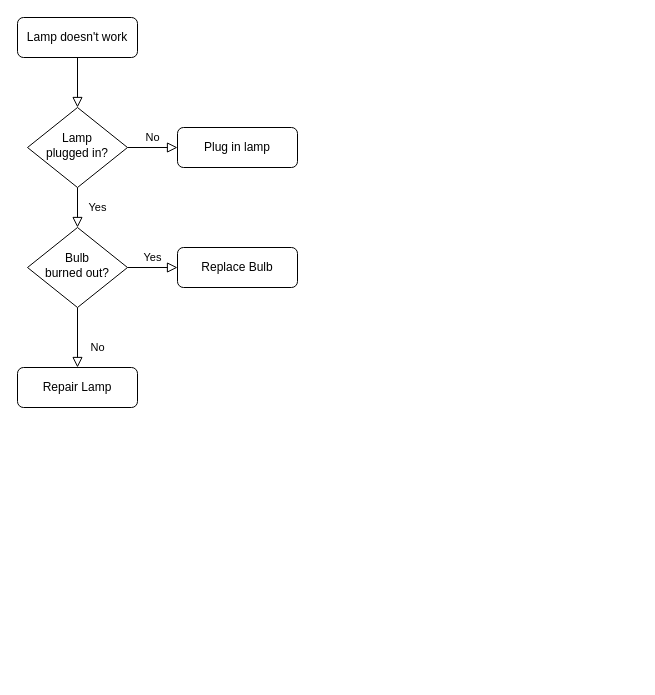
Earlier version of the draw.io diagram fibonacciFunction.drawio (HaveringChinese/HyperSkill_Python). Source tidied: cells renumbered, new cells numbered last; positions are measured from the earlier drawing's top-left corner, leaving out a move shared by most shapes. Both pictures are drawn from the tidied source at 100%, with x=0, y=0 at pixel (17, 17).
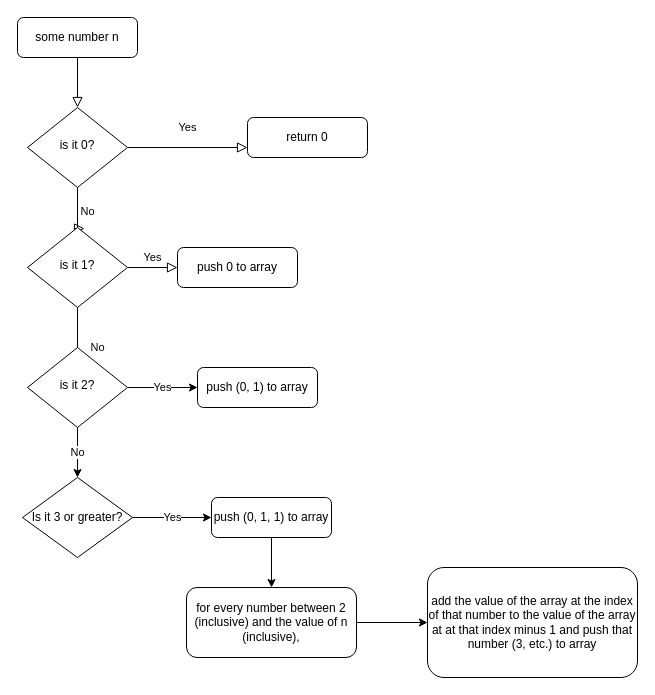
The same diagram, later.

Change to the diagram source:
```diff
@@
-    <mxCell id="3" value="Lamp doesn't work" style="rounded=1;whiteSpace=wrap;html=1;fontSize=12;glass=0;strokeWidth=1;shadow=0;" parent="1" vertex="1">
+    <mxCell id="3" value="some number n" style="rounded=1;whiteSpace=wrap;html=1;fontSize=12;glass=0;strokeWidth=1;shadow=0;" parent="1" vertex="1">
       <mxGeometry width="120" height="40" as="geometry" />
     </mxCell>
-    <mxCell id="4" value="Yes" style="rounded=0;html=1;jettySize=auto;fontSize=11;endArrow=block;endFill=0;endSize=8;strokeWidth=1;shadow=0;labelBackgroundColor=none;edgeStyle=orthogonalEdgeStyle;" parent="1" edge="1" source="6" target="10">
+    <mxCell id="4" value="Yes" style="rounded=0;html=1;jettySize=auto;fontSize=11;endArrow=block;endFill=0;endSize=8;strokeWidth=1;shadow=0;labelBackgroundColor=none;edgeStyle=orthogonalEdgeStyle;entryX=0;entryY=0.75;entryDx=0;entryDy=0;" parent="1" edge="1" source="6" target="7">
       <mxGeometry y="20" relative="1" as="geometry" />
     </mxCell>
-    <mxCell id="5" value="No" style="edgeStyle=orthogonalEdgeStyle;rounded=0;html=1;jettySize=auto;fontSize=11;endArrow=block;endFill=0;endSize=8;strokeWidth=1;shadow=0;labelBackgroundColor=none;" parent="1" edge="1" source="6" target="7">
-      <mxGeometry y="10" relative="1" as="geometry" />
+    <mxCell id="5" value="No" style="edgeStyle=orthogonalEdgeStyle;rounded=0;html=1;jettySize=auto;fontSize=11;endArrow=block;endFill=0;endSize=8;strokeWidth=1;shadow=0;labelBackgroundColor=none;entryX=0.57;entryY=0.013;entryDx=0;entryDy=0;entryPerimeter=0;" parent="1" edge="1" source="6" target="10">
+      <mxGeometry y="10" relative="1" as="geometry">
+        <Array as="points">
+          <mxPoint x="60" y="211" />
+        </Array>
+      </mxGeometry>
     </mxCell>
-    <mxCell id="6" value="Lamp&lt;br&gt;plugged in?" style="rhombus;whiteSpace=wrap;html=1;shadow=0;fontFamily=Helvetica;fontSize=12;align=center;strokeWidth=1;spacing=6;spacingTop=-4;" parent="1" vertex="1">
+    <mxCell id="6" value="is it 0?" style="rhombus;whiteSpace=wrap;html=1;shadow=0;fontFamily=Helvetica;fontSize=12;align=center;strokeWidth=1;spacing=6;spacingTop=-4;" parent="1" vertex="1">
       <mxGeometry x="10" y="90" width="100" height="80" as="geometry" />
     </mxCell>
-    <mxCell id="7" value="Plug in lamp" style="rounded=1;whiteSpace=wrap;html=1;fontSize=12;glass=0;strokeWidth=1;shadow=0;" parent="1" vertex="1">
-      <mxGeometry x="160" y="110" width="120" height="40" as="geometry" />
+    <mxCell id="7" value="return 0" style="rounded=1;whiteSpace=wrap;html=1;fontSize=12;glass=0;strokeWidth=1;shadow=0;" parent="1" vertex="1">
+      <mxGeometry x="230" y="100" width="120" height="40" as="geometry" />
     </mxCell>
-    <mxCell id="8" value="No" style="rounded=0;html=1;jettySize=auto;fontSize=11;endArrow=block;endFill=0;endSize=8;strokeWidth=1;shadow=0;labelBackgroundColor=none;edgeStyle=orthogonalEdgeStyle;" parent="1" edge="1" source="10" target="11">
-      <mxGeometry x="0.33" y="20" relative="1" as="geometry" />
+    <mxCell id="8" value="No" style="rounded=0;html=1;jettySize=auto;fontSize=11;endArrow=block;endFill=0;endSize=8;strokeWidth=1;shadow=0;labelBackgroundColor=none;edgeStyle=orthogonalEdgeStyle;entryX=0.5;entryY=0;entryDx=0;entryDy=0;" parent="1" edge="1" source="10" target="15">
+      <mxGeometry x="0.33" y="20" relative="1" as="geometry">
+        <Array as="points">
+          <mxPoint x="60" y="340" />
+          <mxPoint x="60" y="340" />
+        </Array>
+      </mxGeometry>
     </mxCell>
@@
-    <mxCell id="10" value="Bulb&lt;br&gt;burned out?" style="rhombus;whiteSpace=wrap;html=1;shadow=0;fontFamily=Helvetica;fontSize=12;align=center;strokeWidth=1;spacing=6;spacingTop=-4;" parent="1" vertex="1">
+    <mxCell id="10" value="is it 1?" style="rhombus;whiteSpace=wrap;html=1;shadow=0;fontFamily=Helvetica;fontSize=12;align=center;strokeWidth=1;spacing=6;spacingTop=-4;" parent="1" vertex="1">
       <mxGeometry x="10" y="210" width="100" height="80" as="geometry" />
     </mxCell>
-    <mxCell id="11" value="Repair Lamp" style="rounded=1;whiteSpace=wrap;html=1;fontSize=12;glass=0;strokeWidth=1;shadow=0;" parent="1" vertex="1">
-      <mxGeometry y="350" width="120" height="40" as="geometry" />
+    <mxCell id="11" value="push (0, 1) to array" style="rounded=1;whiteSpace=wrap;html=1;fontSize=12;glass=0;strokeWidth=1;shadow=0;" parent="1" vertex="1">
+      <mxGeometry x="180" y="350" width="120" height="40" as="geometry" />
     </mxCell>
-    <mxCell id="12" value="Replace Bulb" style="rounded=1;whiteSpace=wrap;html=1;fontSize=12;glass=0;strokeWidth=1;shadow=0;" parent="1" vertex="1">
+    <mxCell id="12" value="push 0 to array" style="rounded=1;whiteSpace=wrap;html=1;fontSize=12;glass=0;strokeWidth=1;shadow=0;" parent="1" vertex="1">
       <mxGeometry x="160" y="230" width="120" height="40" as="geometry" />
     </mxCell>
+    <mxCell id="13" value="Yes" style="edgeStyle=orthogonalEdgeStyle;rounded=0;jettySize=auto;html=1;entryX=0;entryY=0.5;entryDx=0;entryDy=0;" parent="1" edge="1" source="15" target="11">
+      <mxGeometry relative="1" as="geometry" />
+    </mxCell>
+    <mxCell id="14" value="No" style="edgeStyle=orthogonalEdgeStyle;rounded=0;jettySize=auto;html=1;entryX=0.5;entryY=0;entryDx=0;entryDy=0;" parent="1" edge="1" source="15" target="17">
+      <mxGeometry relative="1" as="geometry" />
+    </mxCell>
+    <mxCell id="15" value="is it 2?" style="rhombus;whiteSpace=wrap;html=1;shadow=0;fontFamily=Helvetica;fontSize=12;align=center;strokeWidth=1;spacing=6;spacingTop=-4;" parent="1" vertex="1">
+      <mxGeometry x="10" y="330" width="100" height="80" as="geometry" />
+    </mxCell>
+    <mxCell id="16" value="Yes" style="edgeStyle=orthogonalEdgeStyle;rounded=0;jettySize=auto;html=1;entryX=0;entryY=0.5;entryDx=0;entryDy=0;" parent="1" edge="1" source="17" target="18">
+      <mxGeometry relative="1" as="geometry" />
+    </mxCell>
+    <mxCell id="17" value="Is it 3 or greater?" style="rhombus;whiteSpace=wrap;html=1;" parent="1" vertex="1">
+      <mxGeometry x="5" y="460" width="110" height="80" as="geometry" />
+    </mxCell>
+    <mxCell id="18" value="push (0, 1, 1) to array" style="rounded=1;whiteSpace=wrap;html=1;fontSize=12;glass=0;strokeWidth=1;shadow=0;" parent="1" vertex="1">
+      <mxGeometry x="194" y="480" width="120" height="40" as="geometry" />
+    </mxCell>
+    <mxCell id="19" style="edgeStyle=orthogonalEdgeStyle;rounded=0;jettySize=auto;html=1;entryX=0.5;entryY=0;entryDx=0;entryDy=0;exitX=0.5;exitY=1;exitDx=0;exitDy=0;" parent="1" edge="1" source="18" target="21">
+      <mxGeometry relative="1" as="geometry" />
+    </mxCell>
+    <mxCell id="20" style="edgeStyle=orthogonalEdgeStyle;rounded=0;jettySize=auto;html=1;" parent="1" edge="1" source="21" target="22">
+      <mxGeometry relative="1" as="geometry" />
+    </mxCell>
+    <mxCell id="21" value="for every number between 2 (inclusive) and the value of n (inclusive), " style="rounded=1;whiteSpace=wrap;html=1;fontSize=12;glass=0;strokeWidth=1;shadow=0;" parent="1" vertex="1">
+      <mxGeometry x="169" y="570" width="170" height="70" as="geometry" />
+    </mxCell>
+    <mxCell id="22" value="add the value of the array at the index of that number to the value of the array at at that index minus 1 and push that number (3, etc.) to array" style="rounded=1;whiteSpace=wrap;html=1;fontSize=12;glass=0;strokeWidth=1;shadow=0;" parent="1" vertex="1">
+      <mxGeometry x="410" y="550" width="210" height="110" as="geometry" />
+    </mxCell>
```
